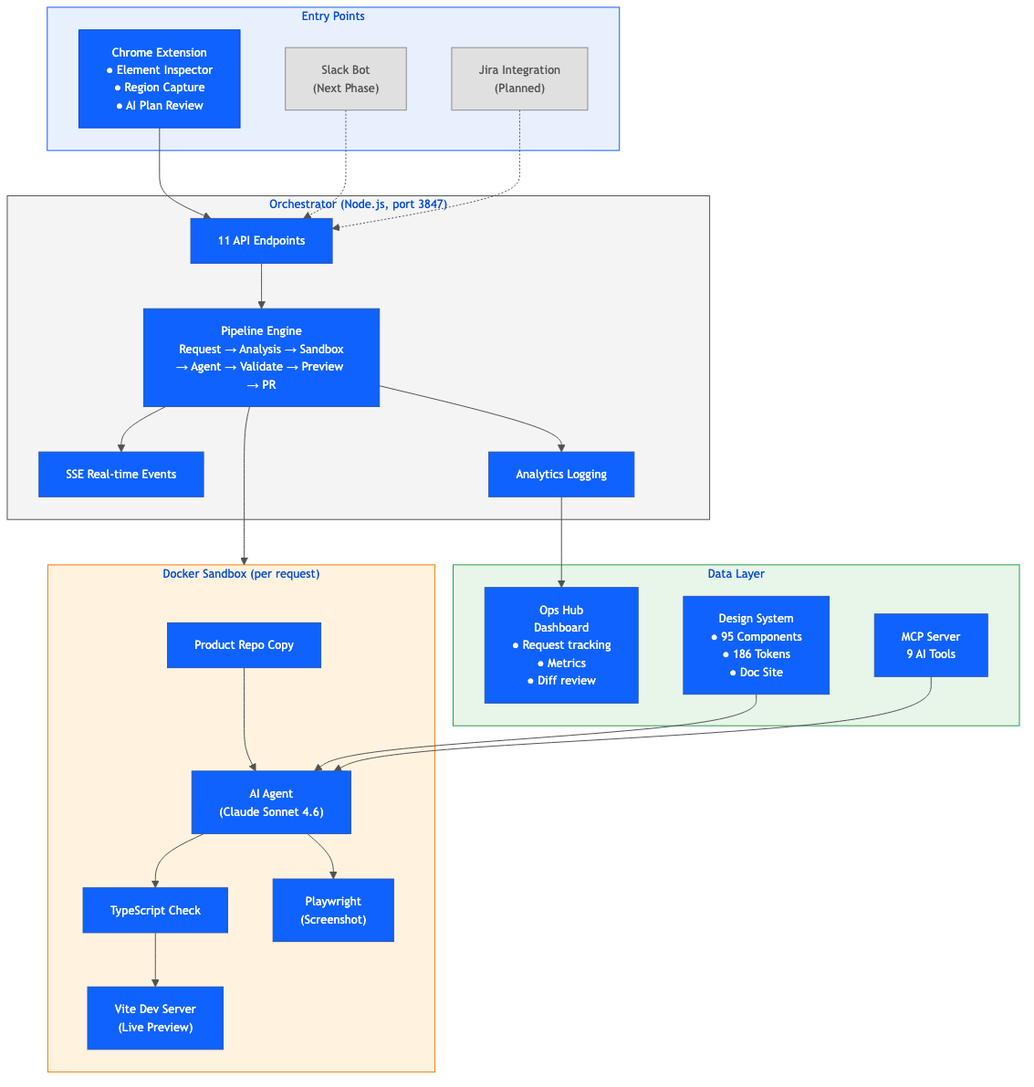
This is docs/images/02-architecture.png from kyungjaeha-moloco/moloco-inspect, a Mermaid export, as it was before one commit. Its source is kept beside it as docs/images/02-architecture.mmd. Source of this version:
```mermaid
%%{init: {'theme': 'base', 'themeVariables': { 'primaryColor': '#0f62fe', 'primaryTextColor': '#fff', 'lineColor': '#525252', 'fontSize': '13px' }}}%%
flowchart TB
    subgraph ENTRY["Entry Points"]
        EXT["Chrome Extension<br/>● Element Inspector<br/>● Region Capture<br/>● AI Plan Review"]
        SLACK["Slack Bot<br/>(Next Phase)"]
        JIRA["Jira Integration<br/>(Planned)"]
    end

    subgraph ORCH["Orchestrator (Node.js, port 3847)"]
        API["11 API Endpoints"]
        PIPE["Pipeline Engine<br/>Request → Analysis → Sandbox<br/>→ Agent → Validate → Preview → PR"]
        SSE["SSE Real-time Events"]
        ANALYTICS["Analytics Logging"]
    end

    subgraph SANDBOX["Docker Sandbox (per request)"]
        REPO["Product Repo Copy"]
        AGENT["AI Agent<br/>(Claude Sonnet 4.6)"]
        TSC["TypeScript Check"]
        VITE["Vite Dev Server<br/>(Live Preview)"]
        PW["Playwright<br/>(Screenshot)"]
    end

    subgraph DATA["Data Layer"]
        OPS["Ops Hub<br/>Dashboard<br/>● Request tracking<br/>● Metrics<br/>● Diff review"]
        DS["Design System<br/>● 95 Components<br/>● 186 Tokens<br/>● Doc Site"]
        MCP["MCP Server<br/>9 AI Tools"]
    end

    EXT --> API
    SLACK -.-> API
    JIRA -.-> API
    API --> PIPE
    PIPE --> SANDBOX
    PIPE --> SSE
    PIPE --> ANALYTICS
    REPO --> AGENT --> TSC --> VITE
    AGENT --> PW
    DS --> AGENT
    MCP --> AGENT
    ANALYTICS --> OPS

    style ENTRY fill:#e8f0fe,stroke:#0f62fe
    style ORCH fill:#f4f4f4,stroke:#525252
    style SANDBOX fill:#fff3e0,stroke:#f57c00
    style DATA fill:#e8f5e9,stroke:#24a148
    style EXT fill:#0f62fe,stroke:#0043ce,color:#fff
    style SLACK fill:#e0e0e0,stroke:#8d8d8d,color:#525252
    style JIRA fill:#e0e0e0,stroke:#8d8d8d,color:#525252
```
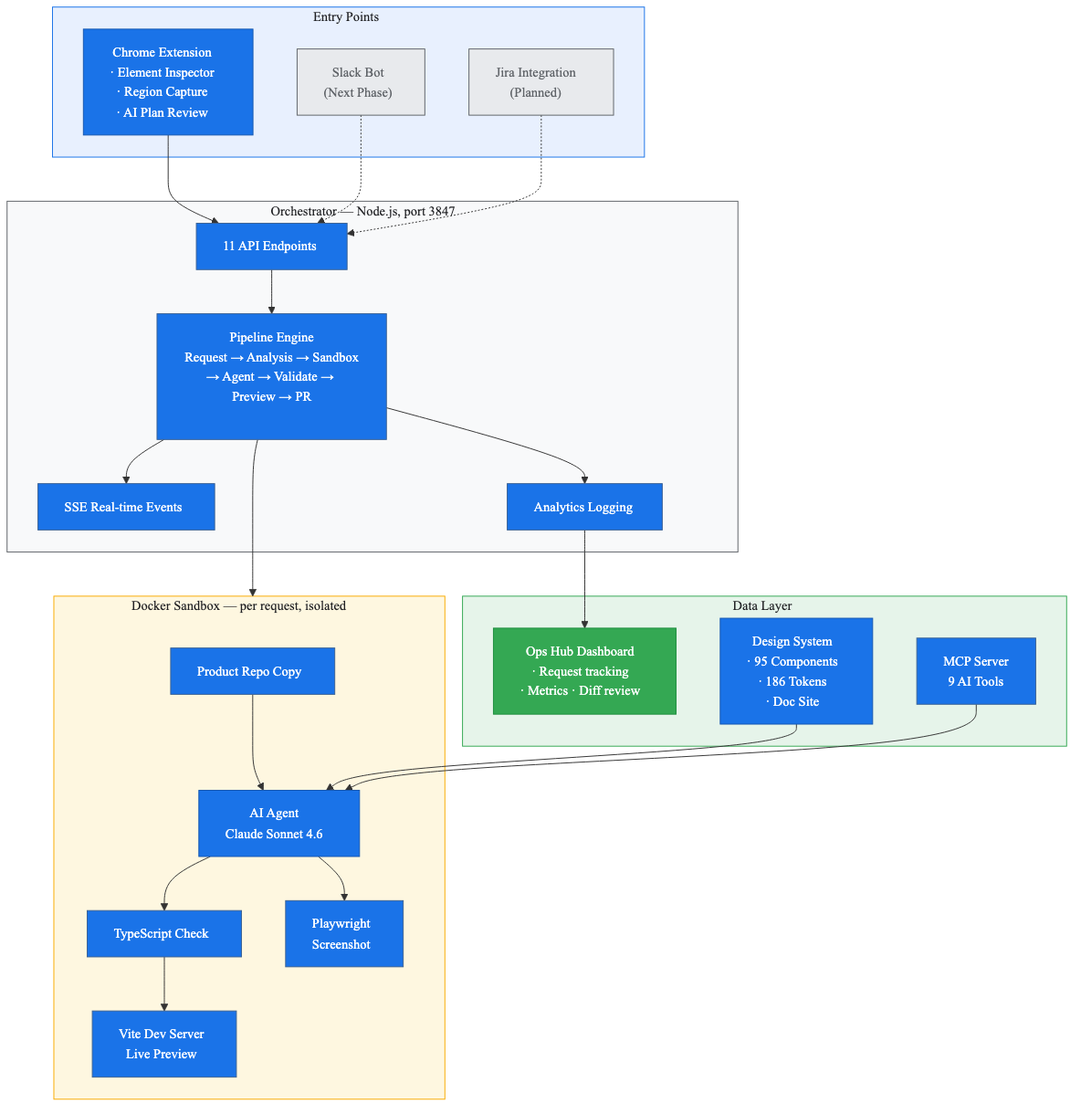
The same file after the commit.

Change to the diagram source:
```diff
@@ -1,30 +1,30 @@
-%%{init: {'theme': 'base', 'themeVariables': { 'primaryColor': '#0f62fe', 'primaryTextColor': '#fff', 'lineColor': '#525252', 'fontSize': '13px' }}}%%
+%%{init: {'theme': 'base', 'themeVariables': { 'primaryColor': '#1a73e8', 'primaryTextColor': '#ffffff', 'lineColor': '#333333', 'fontSize': '15px', 'fontFamily': 'Inter, Helvetica, Arial, sans-serif' }}}%%
 flowchart TB
     subgraph ENTRY["Entry Points"]
-        EXT["Chrome Extension<br/>● Element Inspector<br/>● Region Capture<br/>● AI Plan Review"]
-        SLACK["Slack Bot<br/>(Next Phase)"]
-        JIRA["Jira Integration<br/>(Planned)"]
+        EXT["Chrome Extension\n· Element Inspector\n· Region Capture\n· AI Plan Review"]
+        SLACK["Slack Bot\n(Next Phase)"]
+        JIRA["Jira Integration\n(Planned)"]
     end
 
-    subgraph ORCH["Orchestrator (Node.js, port 3847)"]
+    subgraph ORCH["Orchestrator — Node.js, port 3847"]
         API["11 API Endpoints"]
-        PIPE["Pipeline Engine<br/>Request → Analysis → Sandbox<br/>→ Agent → Validate → Preview → PR"]
+        PIPE["Pipeline Engine\nRequest → Analysis → Sandbox\n→ Agent → Validate → Preview → PR"]
         SSE["SSE Real-time Events"]
         ANALYTICS["Analytics Logging"]
     end
 
-    subgraph SANDBOX["Docker Sandbox (per request)"]
+    subgraph SANDBOX["Docker Sandbox — per request, isolated"]
         REPO["Product Repo Copy"]
-        AGENT["AI Agent<br/>(Claude Sonnet 4.6)"]
+        AGENT["AI Agent\nClaude Sonnet 4.6"]
         TSC["TypeScript Check"]
-        VITE["Vite Dev Server<br/>(Live Preview)"]
-        PW["Playwright<br/>(Screenshot)"]
+        VITE["Vite Dev Server\nLive Preview"]
+        PW["Playwright\nScreenshot"]
     end
 
     subgraph DATA["Data Layer"]
-        OPS["Ops Hub<br/>Dashboard<br/>● Request tracking<br/>● Metrics<br/>● Diff review"]
-        DS["Design System<br/>● 95 Components<br/>● 186 Tokens<br/>● Doc Site"]
-        MCP["MCP Server<br/>9 AI Tools"]
+        OPS["Ops Hub Dashboard\n· Request tracking\n· Metrics · Diff review"]
+        DS["Design System\n· 95 Components\n· 186 Tokens\n· Doc Site"]
+        MCP["MCP Server\n9 AI Tools"]
     end
 
     EXT --> API
@@ -40,10 +40,13 @@
     MCP --> AGENT
     ANALYTICS --> OPS
 
-    style ENTRY fill:#e8f0fe,stroke:#0f62fe
-    style ORCH fill:#f4f4f4,stroke:#525252
-    style SANDBOX fill:#fff3e0,stroke:#f57c00
-    style DATA fill:#e8f5e9,stroke:#24a148
-    style EXT fill:#0f62fe,stroke:#0043ce,color:#fff
-    style SLACK fill:#e0e0e0,stroke:#8d8d8d,color:#525252
-    style JIRA fill:#e0e0e0,stroke:#8d8d8d,color:#525252
+    style ENTRY fill:#e8f0fe,stroke:#1a73e8,color:#202124
+    style ORCH fill:#f8f9fa,stroke:#5f6368,color:#202124
+    style SANDBOX fill:#fef7e0,stroke:#f9ab00,color:#202124
+    style DATA fill:#e6f4ea,stroke:#34a853,color:#202124
+    style EXT fill:#1a73e8,stroke:#1557b0,color:#ffffff
+    style SLACK fill:#e8eaed,stroke:#5f6368,color:#5f6368
+    style JIRA fill:#e8eaed,stroke:#5f6368,color:#5f6368
+    style AGENT fill:#1a73e8,stroke:#1557b0,color:#ffffff
+    style OPS fill:#34a853,stroke:#1e8e3e,color:#ffffff
+    style DS fill:#1a73e8,stroke:#1557b0,color:#ffffff
```
